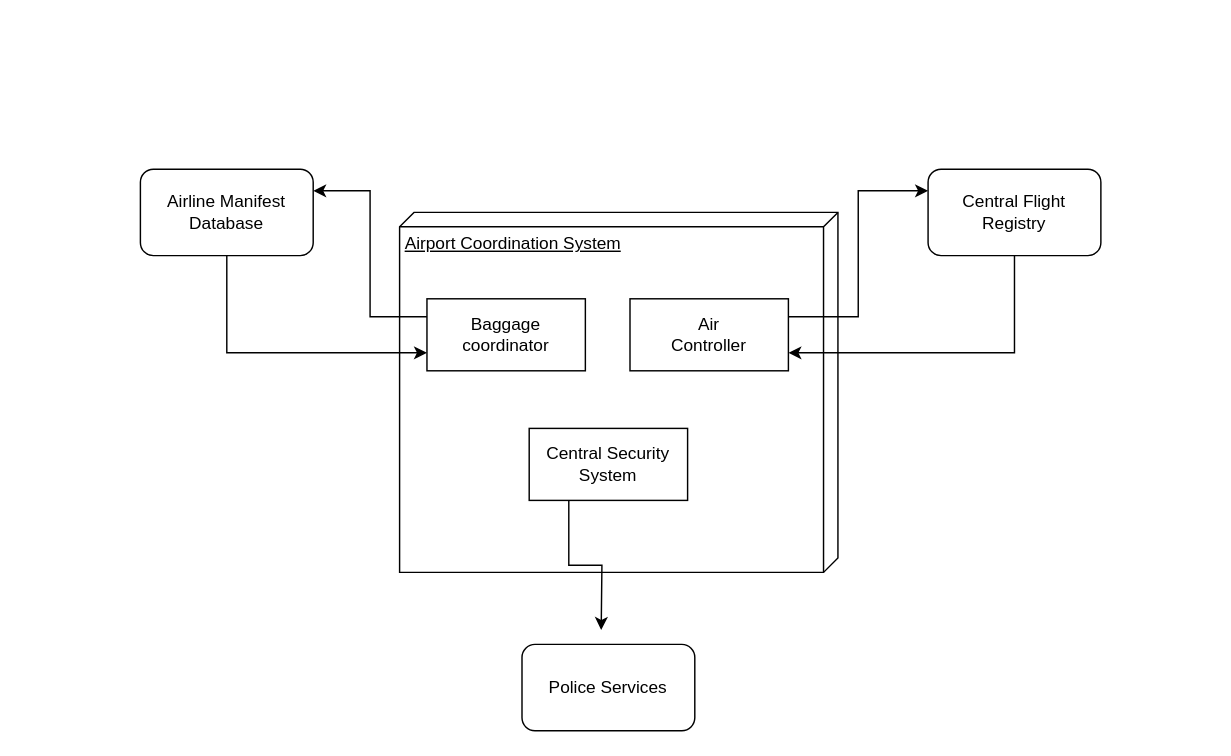
This is ContextDiagramOskar.drawio from oskarbreindahl/Softwarebyggehygge, a draw.io file, before an edit. Source tidied: cells renumbered, new cells numbered last; positions are measured from the earlier drawing's top-left corner, leaving out a move shared by most shapes. Both pictures are drawn from the tidied source at 144%, with x=0, y=0 at pixel (140, 168).
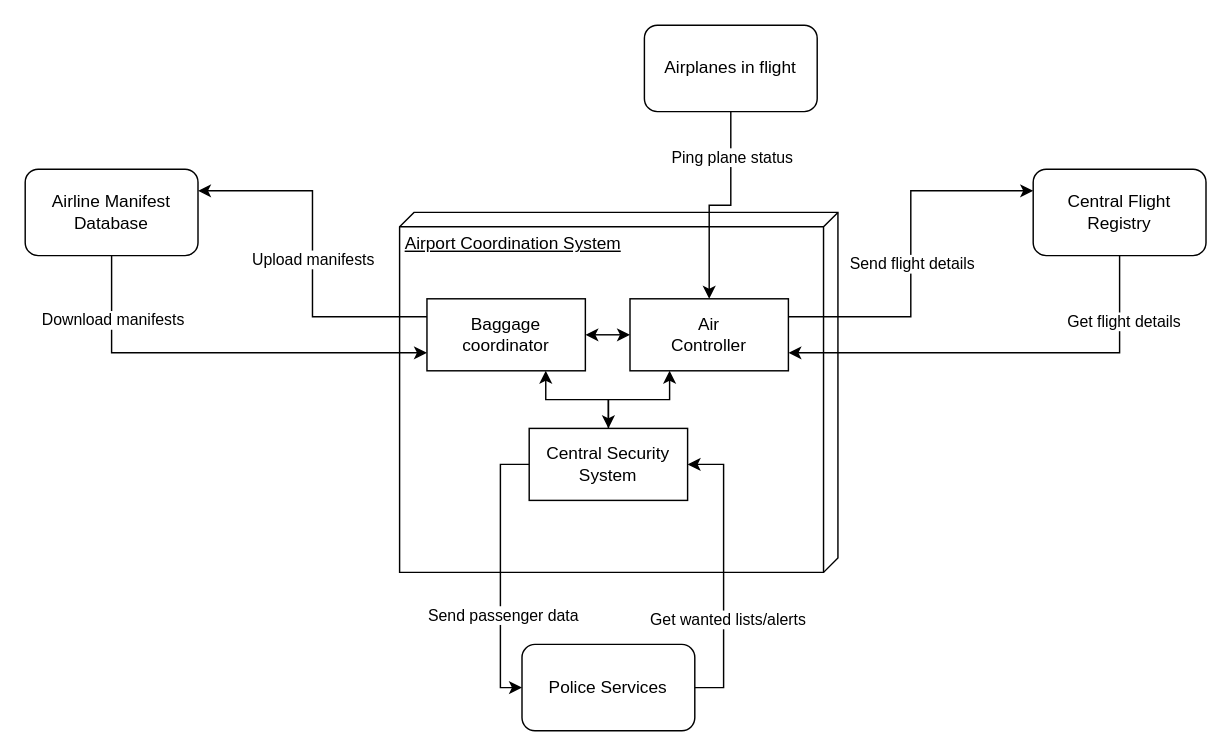
After the change.

Unchanged cells that the change refers to:
```xml
<mxCell id="3" style="edgeStyle=orthogonalEdgeStyle;rounded=0;jettySize=auto;html=1;exitX=0;exitY=0.25;exitDx=0;exitDy=0;entryX=1;entryY=0.25;entryDx=0;entryDy=0;" parent="1" edge="1" source="4" target="10">
  <mxGeometry relative="1" as="geometry" />
</mxCell>
<mxCell id="4" value="Baggage coordinator" style="html=1;whiteSpace=wrap;" parent="1" vertex="1">
  <mxGeometry x="199" y="90" width="110" height="50" as="geometry" />
</mxCell>
<mxCell id="5" style="edgeStyle=orthogonalEdgeStyle;rounded=0;jettySize=auto;html=1;exitX=1;exitY=0.25;exitDx=0;exitDy=0;entryX=0;entryY=0.25;entryDx=0;entryDy=0;" parent="1" edge="1" source="6" target="12">
  <mxGeometry relative="1" as="geometry" />
</mxCell>
<mxCell id="6" value="&lt;div&gt;Air &lt;br&gt;&lt;/div&gt;&lt;div&gt;Controller&lt;/div&gt;" style="html=1;whiteSpace=wrap;" parent="1" vertex="1">
  <mxGeometry x="340" y="90" width="110" height="50" as="geometry" />
</mxCell>
<mxCell id="8" value="Central Security System" style="html=1;whiteSpace=wrap;" parent="1" vertex="1">
  <mxGeometry x="270" y="180" width="110" height="50" as="geometry" />
</mxCell>
<mxCell id="9" style="edgeStyle=orthogonalEdgeStyle;rounded=0;jettySize=auto;html=1;exitX=0.5;exitY=1;exitDx=0;exitDy=0;entryX=0;entryY=0.75;entryDx=0;entryDy=0;" parent="1" edge="1" source="10" target="4">
  <mxGeometry relative="1" as="geometry" />
</mxCell>
<mxCell id="11" style="edgeStyle=orthogonalEdgeStyle;rounded=0;jettySize=auto;html=1;exitX=0.5;exitY=1;exitDx=0;exitDy=0;entryX=1;entryY=0.75;entryDx=0;entryDy=0;" parent="1" edge="1" source="12" target="6">
  <mxGeometry relative="1" as="geometry" />
</mxCell>
<mxCell id="13" value="Police Services" style="rounded=1;whiteSpace=wrap;html=1;" parent="1" vertex="1">
  <mxGeometry x="265" y="330" width="120" height="60" as="geometry" />
</mxCell>
```

Diff of the diagram source:
```diff
@@
+    <mxCell id="14" value="Upload manifests" style="edgeLabel;html=1;align=center;verticalAlign=middle;" parent="3" vertex="1">
+      <mxGeometry x="-0.03" relative="1" as="geometry" />
+    </mxCell>
+    <mxCell id="15" style="edgeStyle=orthogonalEdgeStyle;rounded=0;jettySize=auto;html=1;exitX=0.75;exitY=1;exitDx=0;exitDy=0;entryX=0.5;entryY=0;entryDx=0;entryDy=0;endArrow=none;endFill=0;startArrow=classic;startFill=1;" parent="1" edge="1" source="4" target="8">
+      <mxGeometry relative="1" as="geometry" />
+    </mxCell>
@@
+    <mxCell id="16" value="Send flight details" style="edgeLabel;html=1;align=center;verticalAlign=middle;" parent="5" vertex="1">
+      <mxGeometry x="-0.05" relative="1" as="geometry" />
+    </mxCell>
+    <mxCell id="17" style="edgeStyle=orthogonalEdgeStyle;rounded=0;jettySize=auto;html=1;exitX=0.25;exitY=1;exitDx=0;exitDy=0;entryX=0.5;entryY=0;entryDx=0;entryDy=0;startArrow=classic;startFill=1;" parent="1" edge="1" source="6" target="8">
+      <mxGeometry relative="1" as="geometry" />
+    </mxCell>
+    <mxCell id="18" style="edgeStyle=orthogonalEdgeStyle;rounded=0;jettySize=auto;html=1;exitX=0;exitY=0.5;exitDx=0;exitDy=0;entryX=1;entryY=0.5;entryDx=0;entryDy=0;startArrow=classic;startFill=1;" parent="1" edge="1" source="6" target="4">
+      <mxGeometry relative="1" as="geometry" />
+    </mxCell>
@@
-    <mxCell id="7" style="edgeStyle=orthogonalEdgeStyle;rounded=0;jettySize=auto;html=1;exitX=0.25;exitY=1;exitDx=0;exitDy=0;" parent="1" edge="1" source="8">
-      <mxGeometry relative="1" as="geometry">
-        <mxPoint x="320" y="320" as="targetPoint" />
-      </mxGeometry>
-    </mxCell>
+    <mxCell id="19" style="edgeStyle=orthogonalEdgeStyle;rounded=0;jettySize=auto;html=1;exitX=0;exitY=0.5;exitDx=0;exitDy=0;entryX=0;entryY=0.5;entryDx=0;entryDy=0;" parent="1" edge="1" source="8" target="13">
+      <mxGeometry relative="1" as="geometry" />
+    </mxCell>
+    <mxCell id="20" value="Send passenger data" style="edgeLabel;html=1;align=center;verticalAlign=middle;" parent="19" vertex="1">
+      <mxGeometry x="0.31" y="1" relative="1" as="geometry" />
+    </mxCell>
@@
+    <mxCell id="21" value="Download manifests" style="edgeLabel;html=1;align=center;verticalAlign=middle;" parent="9" vertex="1">
+      <mxGeometry x="-0.69" relative="1" as="geometry" />
+    </mxCell>
     <mxCell id="10" value="Airline Manifest Database" style="rounded=1;whiteSpace=wrap;html=1;" parent="1" vertex="1">
-      <mxGeometry width="120" height="60" as="geometry" />
+      <mxGeometry x="-80" width="120" height="60" as="geometry" />
     </mxCell>
@@
+    <mxCell id="22" value="Get flight details" style="edgeLabel;html=1;align=center;verticalAlign=middle;" parent="11" vertex="1">
+      <mxGeometry x="-0.7" y="2" relative="1" as="geometry" />
+    </mxCell>
     <mxCell id="12" value="Central Flight Registry" style="rounded=1;whiteSpace=wrap;html=1;" parent="1" vertex="1">
-      <mxGeometry x="547" width="120" height="60" as="geometry" />
+      <mxGeometry x="620" width="120" height="60" as="geometry" />
     </mxCell>
+    <mxCell id="23" style="edgeStyle=orthogonalEdgeStyle;rounded=0;jettySize=auto;html=1;exitX=1;exitY=0.5;exitDx=0;exitDy=0;entryX=1;entryY=0.5;entryDx=0;entryDy=0;" parent="1" edge="1" source="13" target="8">
+      <mxGeometry relative="1" as="geometry" />
+    </mxCell>
+    <mxCell id="24" value="Get wanted lists/alerts" style="edgeLabel;html=1;align=center;verticalAlign=middle;" parent="23" vertex="1">
+      <mxGeometry x="-0.32" y="-2" relative="1" as="geometry" />
+    </mxCell>
@@
+    <mxCell id="25" style="edgeStyle=orthogonalEdgeStyle;rounded=0;jettySize=auto;html=1;exitX=0.5;exitY=1;exitDx=0;exitDy=0;" parent="1" edge="1" source="27" target="6">
+      <mxGeometry relative="1" as="geometry" />
+    </mxCell>
+    <mxCell id="26" value="Ping plane status" style="edgeLabel;html=1;align=center;verticalAlign=middle;" parent="25" vertex="1">
+      <mxGeometry x="-0.57" relative="1" as="geometry" />
+    </mxCell>
+    <mxCell id="27" value="Airplanes in flight" style="rounded=1;whiteSpace=wrap;html=1;" parent="1" vertex="1">
+      <mxGeometry x="350" y="-100" width="120" height="60" as="geometry" />
+    </mxCell>
```
